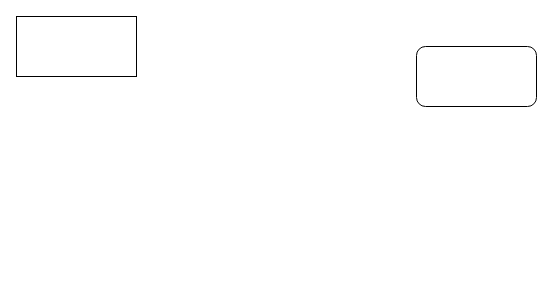
This is Untitled Diagram.drawio from jparghi/public, a draw.io file, before an edit. Source tidied: cells renumbered, new cells numbered last; positions are measured from the earlier drawing's top-left corner, leaving out a move shared by most shapes. Both pictures are drawn from the tidied source at 100%, with x=0, y=0 at pixel (16, 16).
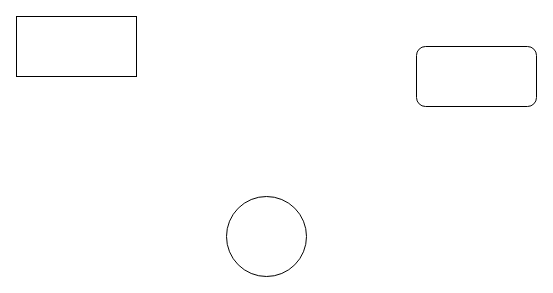
The same page after the edit.

The edit, as a diff of the source:
```diff
@@
 <mxGraphModel>
   <root>
     <mxCell id="0" />
     <mxCell id="1" parent="0" />
     <mxCell id="2" style="rounded=0;whiteSpace=wrap;html=1;" parent="1" vertex="1">
       <mxGeometry width="120" height="60" as="geometry" />
     </mxCell>
     <mxCell id="3" style="rounded=1;whiteSpace=wrap;html=1;" parent="1" vertex="1">
       <mxGeometry x="400" y="30" width="120" height="60" as="geometry" />
     </mxCell>
+    <mxCell id="4" style="ellipse;whiteSpace=wrap;html=1;" parent="1" vertex="1">
+      <mxGeometry x="210" y="180" width="80" height="80" as="geometry" />
+    </mxCell>
   </root>
 </mxGraphModel>
```
